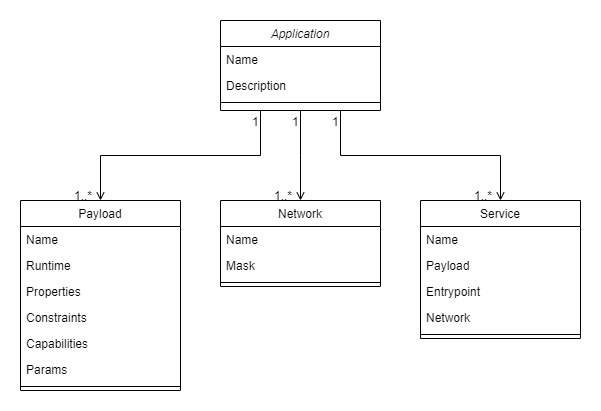
Above: gaps/gap-16_golem_compose/gaom.drawio.png in golemfactory/golem-architecture (draw.io), before the change. Source tidied: cells renumbered, new cells last; positions are measured from the earlier drawing's top-left corner, leaving out a move shared by most shapes.
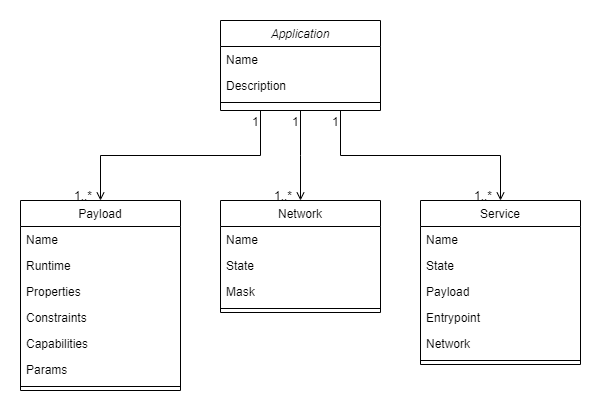
Above is the later version.

Change to the diagram source:
```diff
@@ -15,34 +15,40 @@
       <mxGeometry y="78" width="160" height="8" as="geometry" />
     </mxCell>
     <mxCell id="6" value="Service" style="swimlane;fontStyle=0;align=center;verticalAlign=top;horizontal=1;startSize=26;rounded=0;shadow=0;strokeWidth=1;" parent="1" vertex="1">
-      <mxGeometry x="400" y="180" width="160" height="138" as="geometry" />
+      <mxGeometry x="400" y="180" width="160" height="164" as="geometry" />
     </mxCell>
     <mxCell id="7" value="Name" style="text;align=left;verticalAlign=top;spacingLeft=4;spacingRight=4;overflow=hidden;" parent="6" vertex="1">
       <mxGeometry y="26" width="160" height="26" as="geometry" />
     </mxCell>
+    <mxCell id="33" value="State" style="text;align=left;verticalAlign=top;spacingLeft=4;spacingRight=4;overflow=hidden;" parent="6" vertex="1">
+      <mxGeometry y="52" width="160" height="26" as="geometry" />
+    </mxCell>
     <mxCell id="8" value="Payload" style="text;align=left;verticalAlign=top;spacingLeft=4;spacingRight=4;overflow=hidden;rounded=0;shadow=0;html=0;" parent="6" vertex="1">
-      <mxGeometry y="52" width="160" height="26" as="geometry" />
+      <mxGeometry y="78" width="160" height="26" as="geometry" />
     </mxCell>
     <mxCell id="9" value="Entrypoint" style="text;align=left;verticalAlign=top;spacingLeft=4;spacingRight=4;overflow=hidden;rounded=0;shadow=0;html=0;" parent="6" vertex="1">
-      <mxGeometry y="78" width="160" height="26" as="geometry" />
+      <mxGeometry y="104" width="160" height="26" as="geometry" />
     </mxCell>
     <mxCell id="10" value="Network" style="text;align=left;verticalAlign=top;spacingLeft=4;spacingRight=4;overflow=hidden;rounded=0;shadow=0;html=0;" parent="6" vertex="1">
-      <mxGeometry y="104" width="160" height="26" as="geometry" />
+      <mxGeometry y="130" width="160" height="26" as="geometry" />
     </mxCell>
     <mxCell id="11" style="line;html=1;strokeWidth=1;align=left;verticalAlign=middle;spacingTop=-1;spacingLeft=3;spacingRight=3;labelPosition=right;" parent="6" vertex="1">
-      <mxGeometry y="130" width="160" height="8" as="geometry" />
+      <mxGeometry y="156" width="160" height="8" as="geometry" />
     </mxCell>
     <mxCell id="12" value="Network" style="swimlane;fontStyle=0;align=center;verticalAlign=top;horizontal=1;startSize=26;rounded=0;shadow=0;strokeWidth=1;" parent="1" vertex="1">
-      <mxGeometry x="200" y="180" width="160" height="86" as="geometry" />
+      <mxGeometry x="200" y="180" width="160" height="112" as="geometry" />
     </mxCell>
     <mxCell id="13" value="Name" style="text;align=left;verticalAlign=top;spacingLeft=4;spacingRight=4;overflow=hidden;" parent="12" vertex="1">
       <mxGeometry y="26" width="160" height="26" as="geometry" />
     </mxCell>
+    <mxCell id="34" value="State" style="text;align=left;verticalAlign=top;spacingLeft=4;spacingRight=4;overflow=hidden;" parent="12" vertex="1">
+      <mxGeometry y="52" width="160" height="26" as="geometry" />
+    </mxCell>
     <mxCell id="14" value="Mask" style="text;align=left;verticalAlign=top;spacingLeft=4;spacingRight=4;overflow=hidden;" parent="12" vertex="1">
-      <mxGeometry y="52" width="160" height="26" as="geometry" />
+      <mxGeometry y="78" width="160" height="26" as="geometry" />
     </mxCell>
     <mxCell id="15" style="line;html=1;strokeWidth=1;align=left;verticalAlign=middle;spacingTop=-1;spacingLeft=3;spacingRight=3;labelPosition=right;" parent="12" vertex="1">
-      <mxGeometry y="78" width="160" height="8" as="geometry" />
+      <mxGeometry y="104" width="160" height="8" as="geometry" />
     </mxCell>
     <mxCell id="16" value="Payload" style="swimlane;fontStyle=0;align=center;verticalAlign=top;horizontal=1;startSize=26;rounded=0;shadow=0;strokeWidth=1;" parent="1" vertex="1">
       <mxGeometry y="180" width="160" height="190" as="geometry" />
```
